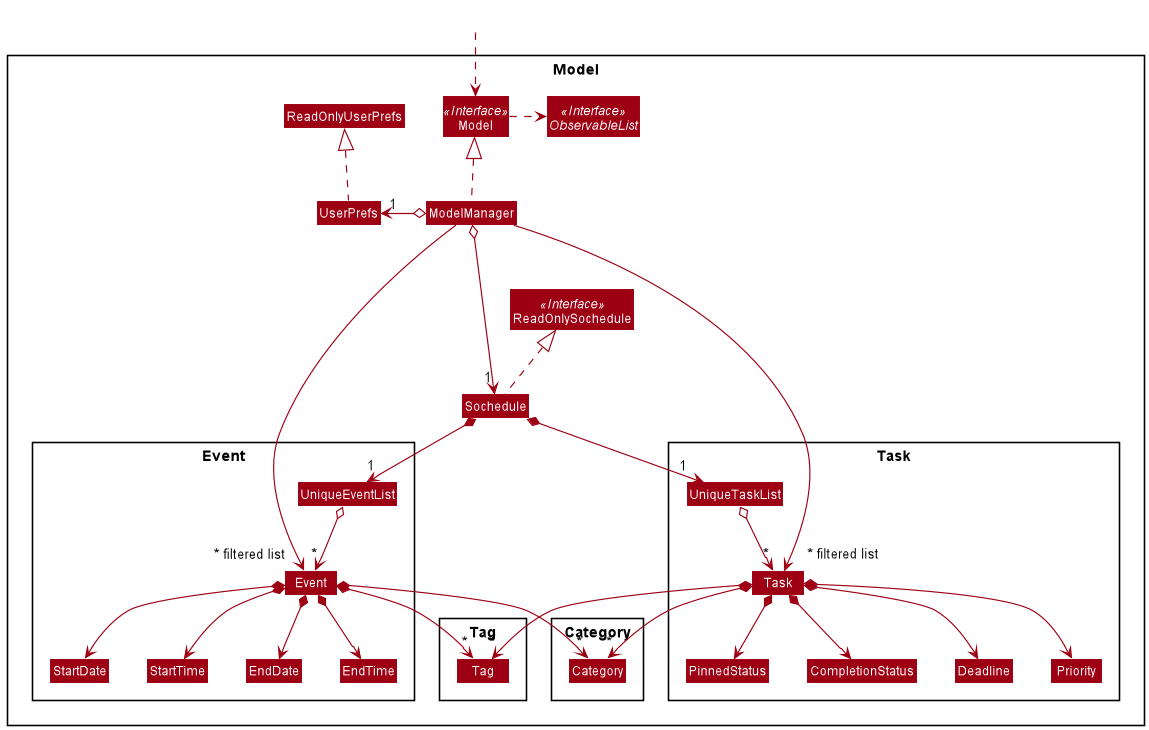
The PlantUML diagram docs/images/ModelClassDiagram.png in nus-cs2103-AY2021S2/tp, before a commit.
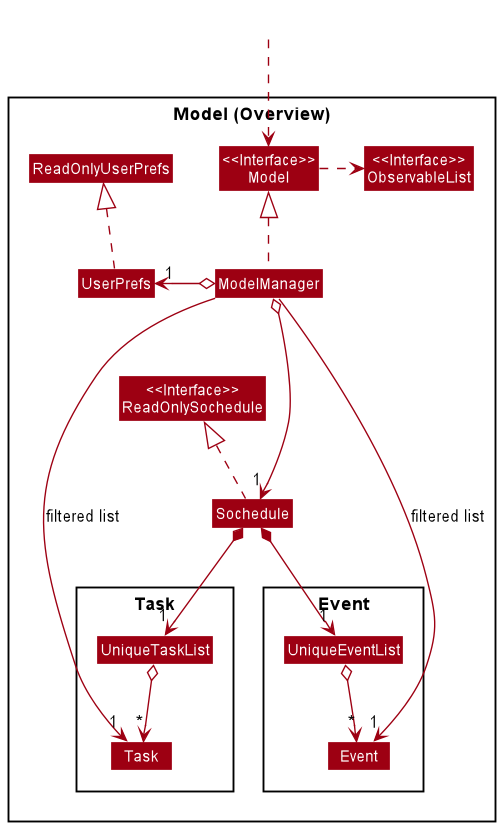
The same file after the commit.

Commit message:
Update model section for DG

Diff of the diagram source:
```diff
@@ -4,77 +4,43 @@
 skinparam arrowColor MODEL_COLOR
 skinparam classBackgroundColor MODEL_COLOR
 
-Package Model <<Rectangle>>{
-Interface ReadOnlySochedule <<Interface>>
-Interface Model <<Interface>>
-Interface ObservableList <<Interface>>
+Package "Model (Overview)" <<Rectangle>>{
+Class "<<Interface>>\nReadOnlySochedule"
+Class "<<Interface>>\nModel"
+Class "<<Interface>>\nObservableList"
 Class Sochedule
-Class ReadOnlySochedule
-Class Model
 Class ModelManager
 Class UserPrefs
 Class ReadOnlyUserPrefs
 
 Package Task {
 Class Task
-Class CompletionStatus
-Class Priority
-Class Deadline
-Class PinnedStatus
 Class UniqueTaskList
 }
 
 Package Event {
 Class Event
-Class StartDate
-Class StartTime
-Class EndDate
-Class EndTime
 Class UniqueEventList
-}
-
-Package Tag {
-Class Tag
-}
-
-Package Category {
-Class Category
 }
 }
 
 Class HiddenOutside #FFFFFF
-HiddenOutside ..> Model
+HiddenOutside ..> "<<Interface>>\nModel"
 
-Sochedule .up.|> ReadOnlySochedule
+Sochedule .up.|> "<<Interface>>\nReadOnlySochedule"
 
-ModelManager .up.|> Model
-Model .right.> ObservableList
+ModelManager .up.|> "<<Interface>>\nModel"
+"<<Interface>>\nModel" .right.> "<<Interface>>\nObservableList"
 ModelManager o--> "1" Sochedule
 ModelManager o-left-> "1" UserPrefs
 UserPrefs .up.|> ReadOnlyUserPrefs
 
 Sochedule *--> "1" UniqueTaskList
 UniqueTaskList o--> "*" Task
-Task *--> Deadline
-Task *--> CompletionStatus
-Task *--> PinnedStatus
-Task *--> Priority
-Task *--> "*" Tag
-Task *--> "*" Category
 
 Sochedule *--> "1" UniqueEventList
 UniqueEventList o--> "*" Event
-Event *--> StartDate
-Event *--> StartTime
-Event *--> EndDate
-Event *--> EndTime
-Event *--> "*" Tag
-Event *--> "*" Category
 
-PinnedStatus -[hidden]right-> CompletionStatus
-Deadline -[hidden]right-> Priority
-CompletionStatus -[hidden]right-> Deadline
-
-ModelManager ----->" ~* filtered list" Task
-ModelManager ----->" ~* filtered list" Event
+ModelManager ----->"1" Task : "filtered list"
+ModelManager ----->"1" Event : "filtered list"
 @enduml
```
